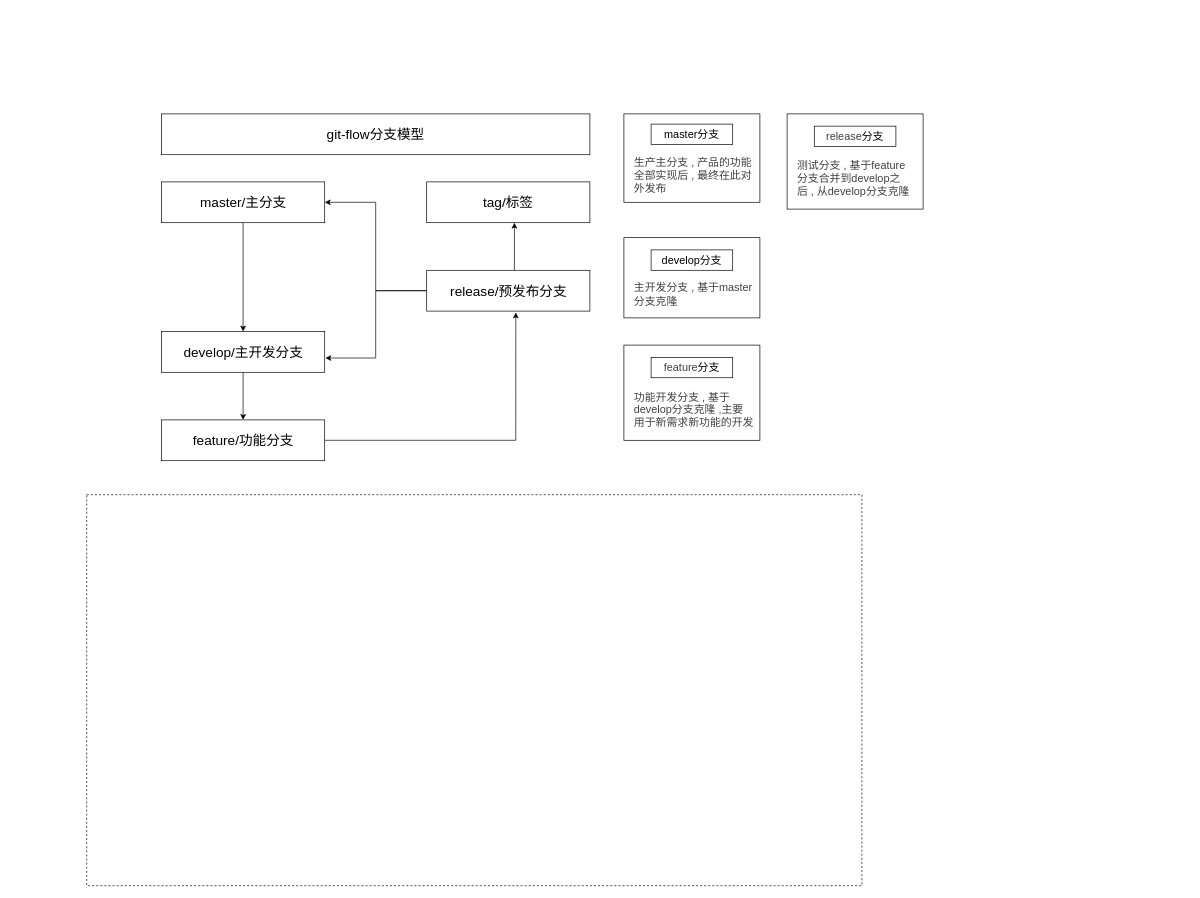
Before: page "git-flow" (7 of 7) of 未命名绘图.drawio in magicgaorui/-, a draw.io diagram. Source tidied: cells renumbered, new cells numbered last; positions are measured from the earlier drawing's top-left corner, leaving out a move shared by most shapes. Both pictures are drawn from the tidied source at 68%, with x=0, y=0 at pixel (86, 114).
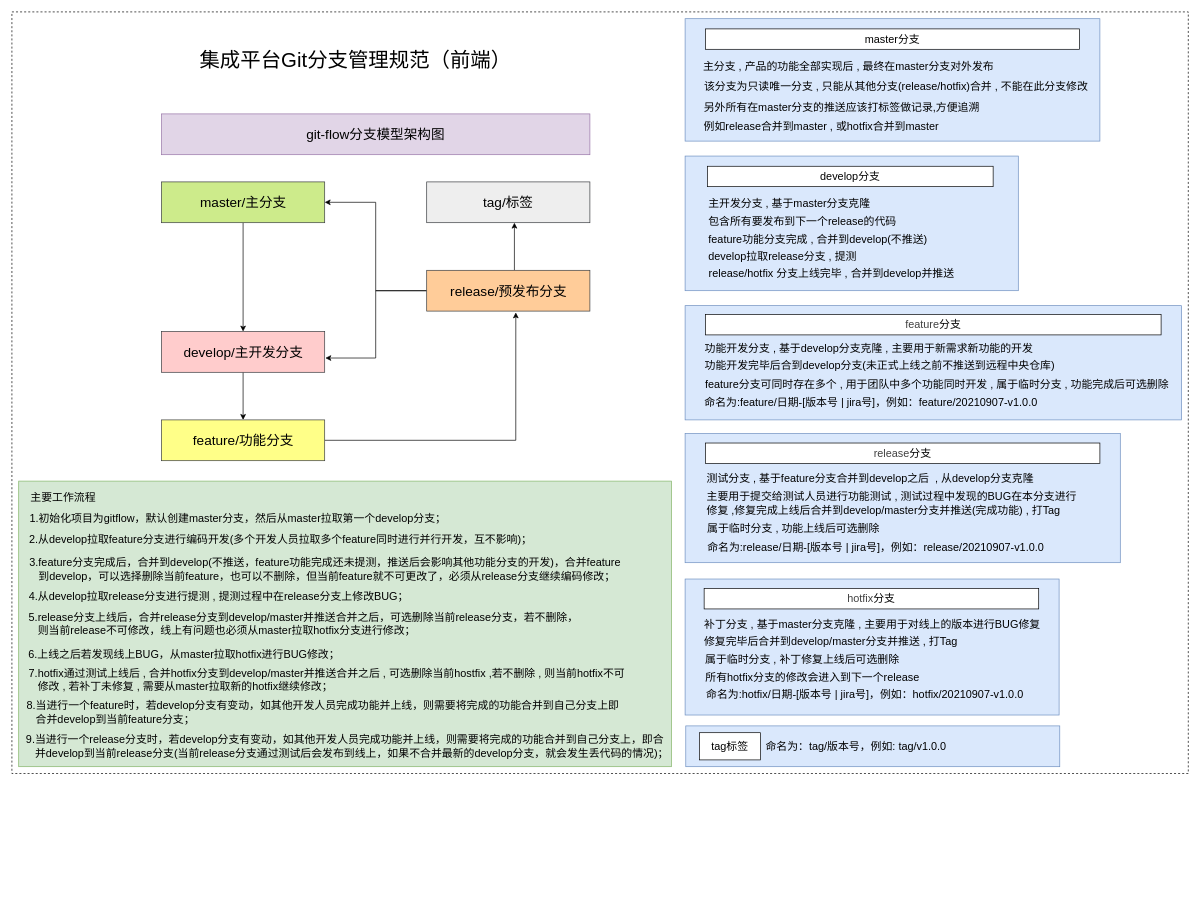
The same diagram, later.

Commit message:
更新未命名绘图.drawio

Diff of the diagram source:
```diff
@@
-    <mxCell id="3" style="rounded=0;whiteSpace=wrap;html=1;fontSize=20;" parent="1" vertex="1">
+    <mxCell id="3" style="rounded=0;whiteSpace=wrap;html=1;fontSize=20;fillColor=#cdeb8b;strokeColor=#36393d;" parent="1" vertex="1">
       <mxGeometry x="110" y="100" width="240" height="60" as="geometry" />
     </mxCell>
@@
-    <mxCell id="6" style="rounded=0;whiteSpace=wrap;html=1;fontSize=20;" parent="1" vertex="1">
+    <mxCell id="6" style="rounded=0;whiteSpace=wrap;html=1;fontSize=20;fillColor=#ffcccc;strokeColor=#36393d;" parent="1" vertex="1">
       <mxGeometry x="110" y="320" width="240" height="60" as="geometry" />
     </mxCell>
@@
-    <mxCell id="9" style="rounded=0;whiteSpace=wrap;html=1;fontSize=20;" parent="1" vertex="1">
+    <mxCell id="9" style="rounded=0;whiteSpace=wrap;html=1;fontSize=20;fillColor=#ffff88;strokeColor=#36393d;" parent="1" vertex="1">
       <mxGeometry x="110" y="450" width="240" height="60" as="geometry" />
     </mxCell>
@@
-    <mxCell id="14" style="rounded=0;whiteSpace=wrap;html=1;fontSize=20;" parent="1" vertex="1">
+    <mxCell id="14" style="rounded=0;whiteSpace=wrap;html=1;fontSize=20;fillColor=#ffcc99;strokeColor=#36393d;" parent="1" vertex="1">
       <mxGeometry x="500" y="230" width="240" height="60" as="geometry" />
     </mxCell>
@@
-    <mxCell id="16" value="tag/标签" style="rounded=0;whiteSpace=wrap;html=1;fontSize=20;" parent="1" vertex="1">
+    <mxCell id="16" value="tag/标签" style="rounded=0;whiteSpace=wrap;html=1;fontSize=20;fillColor=#eeeeee;strokeColor=#36393d;" parent="1" vertex="1">
       <mxGeometry x="500" y="100" width="240" height="60" as="geometry" />
     </mxCell>
-    <mxCell id="17" value="git-flow分支模型" style="rounded=0;whiteSpace=wrap;html=1;fontSize=20;" parent="1" vertex="1">
+    <mxCell id="17" value="git-flow分支模型架构图" style="rounded=0;whiteSpace=wrap;html=1;fontSize=20;fillColor=#e1d5e7;strokeColor=#9673a6;" parent="1" vertex="1">
       <mxGeometry x="110" width="630" height="60" as="geometry" />
     </mxCell>
-    <mxCell id="18" style="rounded=0;whiteSpace=wrap;html=1;fontSize=20;fillColor=none;dashed=1;" parent="1" vertex="1">
-      <mxGeometry y="560" width="1140" height="575" as="geometry" />
-    </mxCell>
-    <mxCell id="19" style="rounded=0;whiteSpace=wrap;html=1;fontSize=16;verticalAlign=middle;spacing=2;" parent="1" vertex="1">
-      <mxGeometry x="790" width="200" height="130" as="geometry" />
+    <mxCell id="19" style="rounded=0;whiteSpace=wrap;html=1;fontSize=16;verticalAlign=middle;spacing=2;fillColor=#dae8fc;strokeColor=#6c8ebf;" parent="1" vertex="1">
+      <mxGeometry x="880" y="-140" width="610" height="180" as="geometry" />
     </mxCell>
     <mxCell id="20" value="&lt;span&gt;master分支&lt;/span&gt;" style="rounded=0;whiteSpace=wrap;html=1;fontSize=16;fillColor=#ffffff;verticalAlign=middle;" parent="1" vertex="1">
-      <mxGeometry x="830" y="15" width="120" height="30" as="geometry" />
+      <mxGeometry x="910" y="-125" width="550" height="30" as="geometry" />
     </mxCell>
-    <mxCell id="21" value="&lt;span style=&quot;color: rgb(64 , 64 , 64) ; font-family: , , &amp;#34;apple color emoji&amp;#34; , &amp;#34;segoe ui emoji&amp;#34; , &amp;#34;segoe ui symbol&amp;#34; , &amp;#34;segoe ui&amp;#34; , &amp;#34;pingfang sc&amp;#34; , &amp;#34;hiragino sans gb&amp;#34; , &amp;#34;microsoft yahei&amp;#34; , &amp;#34;helvetica neue&amp;#34; , &amp;#34;helvetica&amp;#34; , &amp;#34;arial&amp;#34; , sans-serif ; background-color: rgb(255 , 255 , 255)&quot;&gt;生产主分支 , 产品的功能&lt;br&gt;全部实现后 , 最终在此对&lt;br&gt;外发布&lt;/span&gt;" style="text;html=1;align=left;verticalAlign=middle;strokeColor=none;fillColor=none;fontSize=16;" parent="1" vertex="1">
-      <mxGeometry x="803" y="60" width="190" height="60" as="geometry" />
+    <mxCell id="21" value="&lt;div&gt;&lt;font color=&quot;#333333&quot;&gt;&lt;br&gt;&lt;/font&gt;&lt;/div&gt;" style="text;html=1;align=left;verticalAlign=middle;strokeColor=none;fillColor=none;fontSize=16;" parent="1" vertex="1">
+      <mxGeometry x="893" y="-60" width="20" height="20" as="geometry" />
     </mxCell>
-    <mxCell id="22" style="rounded=0;whiteSpace=wrap;html=1;fontSize=16;verticalAlign=middle;spacing=2;" parent="1" vertex="1">
-      <mxGeometry x="790" y="182" width="200" height="118" as="geometry" />
+    <mxCell id="22" style="rounded=0;whiteSpace=wrap;html=1;fontSize=16;verticalAlign=middle;spacing=2;fillColor=#dae8fc;strokeColor=#6c8ebf;" parent="1" vertex="1">
+      <mxGeometry x="880" y="62" width="490" height="198" as="geometry" />
     </mxCell>
     <mxCell id="23" value="&lt;span&gt;develop分支&lt;/span&gt;" style="rounded=0;whiteSpace=wrap;html=1;fontSize=16;fillColor=#ffffff;verticalAlign=middle;" parent="1" vertex="1">
-      <mxGeometry x="830" y="200" width="120" height="30" as="geometry" />
+      <mxGeometry x="913" y="77" width="420" height="30" as="geometry" />
     </mxCell>
-    <mxCell id="24" value="&lt;span style=&quot;color: rgb(64 , 64 , 64) ; font-family: , , &amp;#34;apple color emoji&amp;#34; , &amp;#34;segoe ui emoji&amp;#34; , &amp;#34;segoe ui symbol&amp;#34; , &amp;#34;segoe ui&amp;#34; , &amp;#34;pingfang sc&amp;#34; , &amp;#34;hiragino sans gb&amp;#34; , &amp;#34;microsoft yahei&amp;#34; , &amp;#34;helvetica neue&amp;#34; , &amp;#34;helvetica&amp;#34; , &amp;#34;arial&amp;#34; , sans-serif ; background-color: rgb(255 , 255 , 255)&quot;&gt;主开发分支 , 基于master&lt;br&gt;分支克隆&lt;/span&gt;" style="text;html=1;align=left;verticalAlign=middle;strokeColor=none;fillColor=none;fontSize=16;" parent="1" vertex="1">
-      <mxGeometry x="803" y="245" width="190" height="40" as="geometry" />
-    </mxCell>
-    <mxCell id="25" style="rounded=0;whiteSpace=wrap;html=1;fontSize=16;verticalAlign=middle;spacing=2;" parent="1" vertex="1">
-      <mxGeometry x="790" y="340" width="200" height="140" as="geometry" />
+    <mxCell id="25" style="rounded=0;whiteSpace=wrap;html=1;fontSize=16;verticalAlign=middle;spacing=2;fillColor=#dae8fc;strokeColor=#6c8ebf;" parent="1" vertex="1">
+      <mxGeometry x="880" y="282" width="730" height="168" as="geometry" />
     </mxCell>
     <mxCell id="26" value="&lt;span style=&quot;color: rgb(64 , 64 , 64) ; font-family: , , &amp;#34;apple color emoji&amp;#34; , &amp;#34;segoe ui emoji&amp;#34; , &amp;#34;segoe ui symbol&amp;#34; , &amp;#34;segoe ui&amp;#34; , &amp;#34;pingfang sc&amp;#34; , &amp;#34;hiragino sans gb&amp;#34; , &amp;#34;microsoft yahei&amp;#34; , &amp;#34;helvetica neue&amp;#34; , &amp;#34;helvetica&amp;#34; , &amp;#34;arial&amp;#34; , sans-serif ; background-color: rgb(255 , 255 , 255)&quot;&gt;feature&lt;/span&gt;&lt;span&gt;分支&lt;/span&gt;" style="rounded=0;whiteSpace=wrap;html=1;fontSize=16;fillColor=#ffffff;verticalAlign=middle;" parent="1" vertex="1">
-      <mxGeometry x="830" y="358" width="120" height="30" as="geometry" />
+      <mxGeometry x="910" y="295" width="670" height="30" as="geometry" />
     </mxCell>
-    <mxCell id="27" value="&lt;span style=&quot;color: rgb(64 , 64 , 64) ; font-family: , , &amp;#34;apple color emoji&amp;#34; , &amp;#34;segoe ui emoji&amp;#34; , &amp;#34;segoe ui symbol&amp;#34; , &amp;#34;segoe ui&amp;#34; , &amp;#34;pingfang sc&amp;#34; , &amp;#34;hiragino sans gb&amp;#34; , &amp;#34;microsoft yahei&amp;#34; , &amp;#34;helvetica neue&amp;#34; , &amp;#34;helvetica&amp;#34; , &amp;#34;arial&amp;#34; , sans-serif ; background-color: rgb(255 , 255 , 255)&quot;&gt;功能开发分支 , 基于&lt;br&gt;develop分支克隆 ,主要&lt;br&gt;用于新需求新功能的开发&lt;/span&gt;" style="text;html=1;align=left;verticalAlign=middle;strokeColor=none;fillColor=none;fontSize=16;" parent="1" vertex="1">
-      <mxGeometry x="803" y="405" width="190" height="60" as="geometry" />
-    </mxCell>
-    <mxCell id="28" style="rounded=0;whiteSpace=wrap;html=1;fontSize=16;verticalAlign=middle;spacing=2;" parent="1" vertex="1">
-      <mxGeometry x="1030" width="200" height="140" as="geometry" />
+    <mxCell id="28" style="rounded=0;whiteSpace=wrap;html=1;fontSize=16;verticalAlign=middle;spacing=2;fillColor=#dae8fc;strokeColor=#6c8ebf;" parent="1" vertex="1">
+      <mxGeometry x="880" y="470" width="640" height="190" as="geometry" />
     </mxCell>
     <mxCell id="29" value="&lt;span style=&quot;color: rgb(64 , 64 , 64) ; font-family: , , &amp;#34;apple color emoji&amp;#34; , &amp;#34;segoe ui emoji&amp;#34; , &amp;#34;segoe ui symbol&amp;#34; , &amp;#34;segoe ui&amp;#34; , &amp;#34;pingfang sc&amp;#34; , &amp;#34;hiragino sans gb&amp;#34; , &amp;#34;microsoft yahei&amp;#34; , &amp;#34;helvetica neue&amp;#34; , &amp;#34;helvetica&amp;#34; , &amp;#34;arial&amp;#34; , sans-serif ; background-color: rgb(255 , 255 , 255)&quot;&gt;release&lt;/span&gt;&lt;span&gt;分支&lt;/span&gt;" style="rounded=0;whiteSpace=wrap;html=1;fontSize=16;fillColor=#ffffff;verticalAlign=middle;" parent="1" vertex="1">
-      <mxGeometry x="1070" y="18" width="120" height="30" as="geometry" />
+      <mxGeometry x="910" y="484" width="580" height="30" as="geometry" />
     </mxCell>
-    <mxCell id="30" value="&lt;span style=&quot;color: rgb(64 , 64 , 64) ; font-family: , , &amp;#34;apple color emoji&amp;#34; , &amp;#34;segoe ui emoji&amp;#34; , &amp;#34;segoe ui symbol&amp;#34; , &amp;#34;segoe ui&amp;#34; , &amp;#34;pingfang sc&amp;#34; , &amp;#34;hiragino sans gb&amp;#34; , &amp;#34;microsoft yahei&amp;#34; , &amp;#34;helvetica neue&amp;#34; , &amp;#34;helvetica&amp;#34; , &amp;#34;arial&amp;#34; , sans-serif ; background-color: rgb(255 , 255 , 255)&quot;&gt;测试分支 , 基于feature&lt;br&gt;分支合并到develop之&lt;br&gt;后 , 从develop分支克隆&lt;/span&gt;" style="text;html=1;align=left;verticalAlign=middle;strokeColor=none;fillColor=none;fontSize=16;" parent="1" vertex="1">
-      <mxGeometry x="1043" y="65" width="180" height="60" as="geometry" />
-    </mxCell>
+    <mxCell id="31" style="rounded=0;whiteSpace=wrap;html=1;fontSize=16;verticalAlign=middle;spacing=2;fillColor=#dae8fc;strokeColor=#6c8ebf;" parent="1" vertex="1">
+      <mxGeometry x="880" y="684" width="550" height="200" as="geometry" />
+    </mxCell>
+    <mxCell id="32" value="&lt;span style=&quot;color: rgb(64 , 64 , 64) ; font-family: , , &amp;#34;apple color emoji&amp;#34; , &amp;#34;segoe ui emoji&amp;#34; , &amp;#34;segoe ui symbol&amp;#34; , &amp;#34;segoe ui&amp;#34; , &amp;#34;pingfang sc&amp;#34; , &amp;#34;hiragino sans gb&amp;#34; , &amp;#34;microsoft yahei&amp;#34; , &amp;#34;helvetica neue&amp;#34; , &amp;#34;helvetica&amp;#34; , &amp;#34;arial&amp;#34; , sans-serif ; background-color: rgb(255 , 255 , 255)&quot;&gt;hotfix&lt;/span&gt;&lt;span&gt;分支&lt;/span&gt;" style="rounded=0;whiteSpace=wrap;html=1;fontSize=16;fillColor=#ffffff;verticalAlign=middle;" parent="1" vertex="1">
+      <mxGeometry x="908" y="698" width="492" height="30" as="geometry" />
+    </mxCell>
+    <mxCell id="33" value="主分支 , 产品的功能全部实现后 , 最终在master分支对外发布" style="text;html=1;align=center;verticalAlign=middle;strokeColor=none;fillColor=none;fontSize=16;" parent="1" vertex="1">
+      <mxGeometry x="900" y="-80" width="440" height="20" as="geometry" />
+    </mxCell>
+    <mxCell id="34" value="该分支为只读唯一分支 , 只能从其他分支(release/hotfix)合并 , 不能在此分支修改" style="text;html=1;align=center;verticalAlign=middle;strokeColor=none;fillColor=none;fontSize=16;" parent="1" vertex="1">
+      <mxGeometry x="900" y="-50" width="580" height="20" as="geometry" />
+    </mxCell>
+    <mxCell id="35" value="另外所有在master分支的推送应该打标签做记录,方便追溯" style="text;html=1;align=center;verticalAlign=middle;strokeColor=none;fillColor=none;fontSize=16;" parent="1" vertex="1">
+      <mxGeometry x="900" y="-20" width="420" height="20" as="geometry" />
+    </mxCell>
+    <mxCell id="36" value="例如release合并到master , 或hotfix合并到master" style="text;html=1;align=center;verticalAlign=middle;strokeColor=none;fillColor=none;fontSize=16;" parent="1" vertex="1">
+      <mxGeometry x="900" y="8" width="360" height="20" as="geometry" />
+    </mxCell>
+    <mxCell id="37" value="主开发分支 , 基于master分支克隆" style="text;html=1;align=center;verticalAlign=middle;strokeColor=none;fillColor=none;fontSize=16;" parent="1" vertex="1">
+      <mxGeometry x="908" y="121" width="250" height="20" as="geometry" />
+    </mxCell>
+    <mxCell id="38" value="&amp;nbsp;包含所有要发布到下一个release的代码" style="text;html=1;align=center;verticalAlign=middle;strokeColor=none;fillColor=none;fontSize=16;" parent="1" vertex="1">
+      <mxGeometry x="900" y="148" width="300" height="20" as="geometry" />
+    </mxCell>
+    <mxCell id="39" value="feature功能分支完成 , 合并到develop(不推送)" style="text;html=1;align=center;verticalAlign=middle;strokeColor=none;fillColor=none;fontSize=16;" parent="1" vertex="1">
+      <mxGeometry x="905" y="175" width="340" height="20" as="geometry" />
+    </mxCell>
+    <mxCell id="40" value="develop拉取release分支 , 提测" style="text;html=1;align=center;verticalAlign=middle;strokeColor=none;fillColor=none;fontSize=16;" parent="1" vertex="1">
+      <mxGeometry x="908" y="200" width="230" height="20" as="geometry" />
+    </mxCell>
+    <mxCell id="41" value="release/hotfix 分支上线完毕 , 合并到develop并推送" style="text;html=1;align=center;verticalAlign=middle;strokeColor=none;fillColor=none;fontSize=16;" parent="1" vertex="1">
+      <mxGeometry x="905" y="225" width="380" height="20" as="geometry" />
+    </mxCell>
+    <mxCell id="42" value="功能开发分支 , 基于develop分支克隆 , 主要用于新需求新功能的开发" style="text;html=1;align=center;verticalAlign=middle;strokeColor=none;fillColor=none;fontSize=16;" parent="1" vertex="1">
+      <mxGeometry x="900" y="335" width="500" height="20" as="geometry" />
+    </mxCell>
+    <mxCell id="43" value="功能开发完毕后合到develop分支(未正式上线之前不推送到远程中央仓库)" style="text;html=1;align=center;verticalAlign=middle;strokeColor=none;fillColor=none;fontSize=16;" parent="1" vertex="1">
+      <mxGeometry x="901" y="360" width="530" height="20" as="geometry" />
+    </mxCell>
+    <mxCell id="44" value="feature分支可同时存在多个 , 用于团队中多个功能同时开发 , 属于临时分支 , 功能完成后可选删除" style="text;html=1;align=center;verticalAlign=middle;strokeColor=none;fillColor=none;fontSize=16;" parent="1" vertex="1">
+      <mxGeometry x="900" y="387" width="700" height="20" as="geometry" />
+    </mxCell>
+    <mxCell id="45" value="测试分支 , 基于feature分支合并到develop之后&amp;nbsp; , 从develop分支克隆" style="text;html=1;align=center;verticalAlign=middle;strokeColor=none;fillColor=none;fontSize=16;" parent="1" vertex="1">
+      <mxGeometry x="902" y="526" width="500" height="20" as="geometry" />
+    </mxCell>
+    <mxCell id="46" value="主要用于提交给测试人员进行功能测试 , 测试过程中发现的BUG在本分支进行&lt;br&gt;修复 ,修复完成上线后合并到develop/master分支并推送(完成功能) , 打Tag" style="text;html=1;align=left;verticalAlign=middle;strokeColor=none;fillColor=none;fontSize=16;" parent="1" vertex="1">
+      <mxGeometry x="910" y="553" width="560" height="40" as="geometry" />
+    </mxCell>
+    <mxCell id="47" value="属于临时分支 , 功能上线后可选删除" style="text;html=1;align=center;verticalAlign=middle;strokeColor=none;fillColor=none;fontSize=16;" parent="1" vertex="1">
+      <mxGeometry x="904" y="600" width="270" height="20" as="geometry" />
+    </mxCell>
+    <mxCell id="48" value="补丁分支 , 基于master分支克隆 , 主要用于对线上的版本进行BUG修复" style="text;html=1;align=center;verticalAlign=middle;strokeColor=none;fillColor=none;fontSize=16;" parent="1" vertex="1">
+      <mxGeometry x="900" y="740" width="510" height="20" as="geometry" />
+    </mxCell>
+    <mxCell id="49" value="修复完毕后合并到develop/master分支并推送 , 打Tag" style="text;html=1;align=center;verticalAlign=middle;strokeColor=none;fillColor=none;fontSize=16;" parent="1" vertex="1">
+      <mxGeometry x="899" y="766" width="390" height="20" as="geometry" />
+    </mxCell>
+    <mxCell id="50" value="属于临时分支 , 补丁修复上线后可选删除" style="text;html=1;align=center;verticalAlign=middle;strokeColor=none;fillColor=none;fontSize=16;" parent="1" vertex="1">
+      <mxGeometry x="902" y="792" width="300" height="20" as="geometry" />
+    </mxCell>
+    <mxCell id="51" value="所有hotfix分支的修改会进入到下一个release" style="text;html=1;align=center;verticalAlign=middle;strokeColor=none;fillColor=none;fontSize=16;" parent="1" vertex="1">
+      <mxGeometry x="902" y="819" width="330" height="20" as="geometry" />
+    </mxCell>
+    <mxCell id="52" style="rounded=0;whiteSpace=wrap;html=1;fontSize=16;fillColor=#d5e8d4;align=left;verticalAlign=middle;strokeColor=#82b366;" parent="1" vertex="1">
+      <mxGeometry x="-100" y="540" width="960" height="420" as="geometry" />
+    </mxCell>
+    <mxCell id="53" value="主要工作流程" style="text;html=1;align=center;verticalAlign=middle;strokeColor=none;fillColor=none;fontSize=16;" parent="1" vertex="1">
+      <mxGeometry x="-90" y="554" width="110" height="20" as="geometry" />
+    </mxCell>
+    <mxCell id="54" value="1.初始化项目为gitflow，默认创建master分支，然后从master拉取第一个develop分支；" style="text;html=1;align=center;verticalAlign=middle;strokeColor=none;fillColor=none;fontSize=16;" parent="1" vertex="1">
+      <mxGeometry x="-93" y="584" width="630" height="20" as="geometry" />
+    </mxCell>
+    <mxCell id="55" value="2.从develop拉取feature分支进行编码开发(多个开发人员拉取多个feature同时进行并行开发，互不影响)；" style="text;html=1;align=center;verticalAlign=middle;strokeColor=none;fillColor=none;fontSize=16;" parent="1" vertex="1">
+      <mxGeometry x="-95" y="616" width="760" height="20" as="geometry" />
+    </mxCell>
+    <mxCell id="56" value="3.feature分支完成后，合并到develop(不推送，feature功能完成还未提测，推送后会影响其他功能分支的开发)，合并feature&lt;br&gt;&amp;nbsp; &amp;nbsp;到develop，可以选择删除当前feature，也可以不删除，但当前feature就不可更改了，必须从release分支继续编码修改；" style="text;html=1;align=left;verticalAlign=middle;strokeColor=none;fillColor=none;fontSize=16;horizontal=1;" parent="1" vertex="1">
+      <mxGeometry x="-86" y="650" width="880" height="40" as="geometry" />
+    </mxCell>
+    <mxCell id="57" value="4.从develop拉取release分支进行提测 , 提测过程中在release分支上修改BUG；" style="text;html=1;align=center;verticalAlign=middle;strokeColor=none;fillColor=none;fontSize=16;" parent="1" vertex="1">
+      <mxGeometry x="-91" y="700" width="570" height="20" as="geometry" />
+    </mxCell>
+    <mxCell id="58" value="5.release分支上线后，合并release分支到develop/master并推送合并之后，可选删除当前release分支，若不删除，&lt;br&gt;&amp;nbsp; &amp;nbsp;则当前release不可修改，线上有问题也必须从master拉取hotfix分支进行修改；" style="text;html=1;align=left;verticalAlign=middle;strokeColor=none;fillColor=none;fontSize=16;" parent="1" vertex="1">
+      <mxGeometry x="-87" y="730" width="820" height="40" as="geometry" />
+    </mxCell>
+    <mxCell id="59" value="6.上线之后若发现线上BUG，从master拉取hotfix进行BUG修改；" style="text;html=1;align=center;verticalAlign=middle;strokeColor=none;fillColor=none;fontSize=16;" parent="1" vertex="1">
+      <mxGeometry x="-92" y="784" width="470" height="20" as="geometry" />
+    </mxCell>
+    <mxCell id="60" value="7.hotfix通过测试上线后 , 合并hotfix分支到develop/master并推送合并之后 , 可选删除当前hostfix ,若不删除 , 则当前hotfix不可&lt;br&gt;&amp;nbsp; &amp;nbsp;修改 , 若补丁未修复 , 需要从master拉取新的hotfix继续修改；" style="text;html=1;align=left;verticalAlign=middle;strokeColor=none;fillColor=none;fontSize=16;" parent="1" vertex="1">
+      <mxGeometry x="-87" y="812" width="890" height="40" as="geometry" />
+    </mxCell>
+    <mxCell id="61" value="8.当进行一个feature时，若develop分支有变动，如其他开发人员完成功能并上线，则需要将完成的功能合并到自己分支上即&lt;br&gt;&amp;nbsp; &amp;nbsp;合并develop到当前feature分支；" style="text;html=1;align=left;verticalAlign=middle;strokeColor=none;fillColor=none;fontSize=16;" parent="1" vertex="1">
+      <mxGeometry x="-90" y="860" width="890" height="40" as="geometry" />
+    </mxCell>
+    <mxCell id="62" value="9.当进行一个release分支时，若develop分支有变动，如其他开发人员完成功能并上线，则需要将完成的功能合并到自己分支上，即合&lt;br&gt;&amp;nbsp; &amp;nbsp;并develop到当前release分支(当前release分支通过测试后会发布到线上，如果不合并最新的develop分支，就会发生丢代码的情况)；" style="text;html=1;align=left;verticalAlign=middle;strokeColor=none;fillColor=none;fontSize=16;" parent="1" vertex="1">
+      <mxGeometry x="-91" y="910" width="960" height="40" as="geometry" />
+    </mxCell>
+    <mxCell id="63" value="命名为:feature/日期-[版本号 | jira号]，例如：feature/20210907-v1.0.0" style="text;html=1;align=center;verticalAlign=middle;strokeColor=none;fillColor=none;fontSize=16;" parent="1" vertex="1">
+      <mxGeometry x="898" y="414" width="510" height="20" as="geometry" />
+    </mxCell>
+    <mxCell id="64" value="命名为:release/日期-[版本号 | jira号]，例如：release/20210907-v1.0.0" style="text;html=1;align=center;verticalAlign=middle;strokeColor=none;fillColor=none;fontSize=16;" parent="1" vertex="1">
+      <mxGeometry x="905" y="628" width="510" height="20" as="geometry" />
+    </mxCell>
+    <mxCell id="65" value="命名为:hotfix/日期-[版本号 | jira号]，例如：hotfix/20210907-v1.0.0" style="text;html=1;align=center;verticalAlign=middle;strokeColor=none;fillColor=none;fontSize=16;" parent="1" vertex="1">
+      <mxGeometry x="904" y="844" width="480" height="20" as="geometry" />
+    </mxCell>
+    <mxCell id="66" style="rounded=0;whiteSpace=wrap;html=1;fontSize=16;fillColor=#dae8fc;align=left;verticalAlign=middle;strokeColor=#6c8ebf;" parent="1" vertex="1">
+      <mxGeometry x="881" y="900" width="550" height="60" as="geometry" />
+    </mxCell>
+    <mxCell id="67" value="tag标签" style="rounded=0;whiteSpace=wrap;html=1;fontSize=16;fillColor=#ffffff;align=center;verticalAlign=middle;" parent="1" vertex="1">
+      <mxGeometry x="901" y="910" width="90" height="40" as="geometry" />
+    </mxCell>
+    <mxCell id="68" value="命名为：tag/版本号，例如: tag/v1.0.0" style="text;html=1;align=center;verticalAlign=middle;strokeColor=none;fillColor=none;fontSize=16;" parent="1" vertex="1">
+      <mxGeometry x="991" y="920" width="280" height="20" as="geometry" />
+    </mxCell>
+    <mxCell id="69" value="集成平台Git分支管理规范（前端）" style="text;html=1;align=center;verticalAlign=middle;strokeColor=none;fillColor=none;fontSize=30;" parent="1" vertex="1">
+      <mxGeometry x="160" y="-100" width="470" height="40" as="geometry" />
+    </mxCell>
+    <mxCell id="70" style="rounded=0;whiteSpace=wrap;html=1;dashed=1;fontSize=30;fillColor=none;align=center;verticalAlign=middle;" parent="1" vertex="1">
+      <mxGeometry x="-110" y="-150" width="1730" height="1120" as="geometry" />
+    </mxCell>
```
